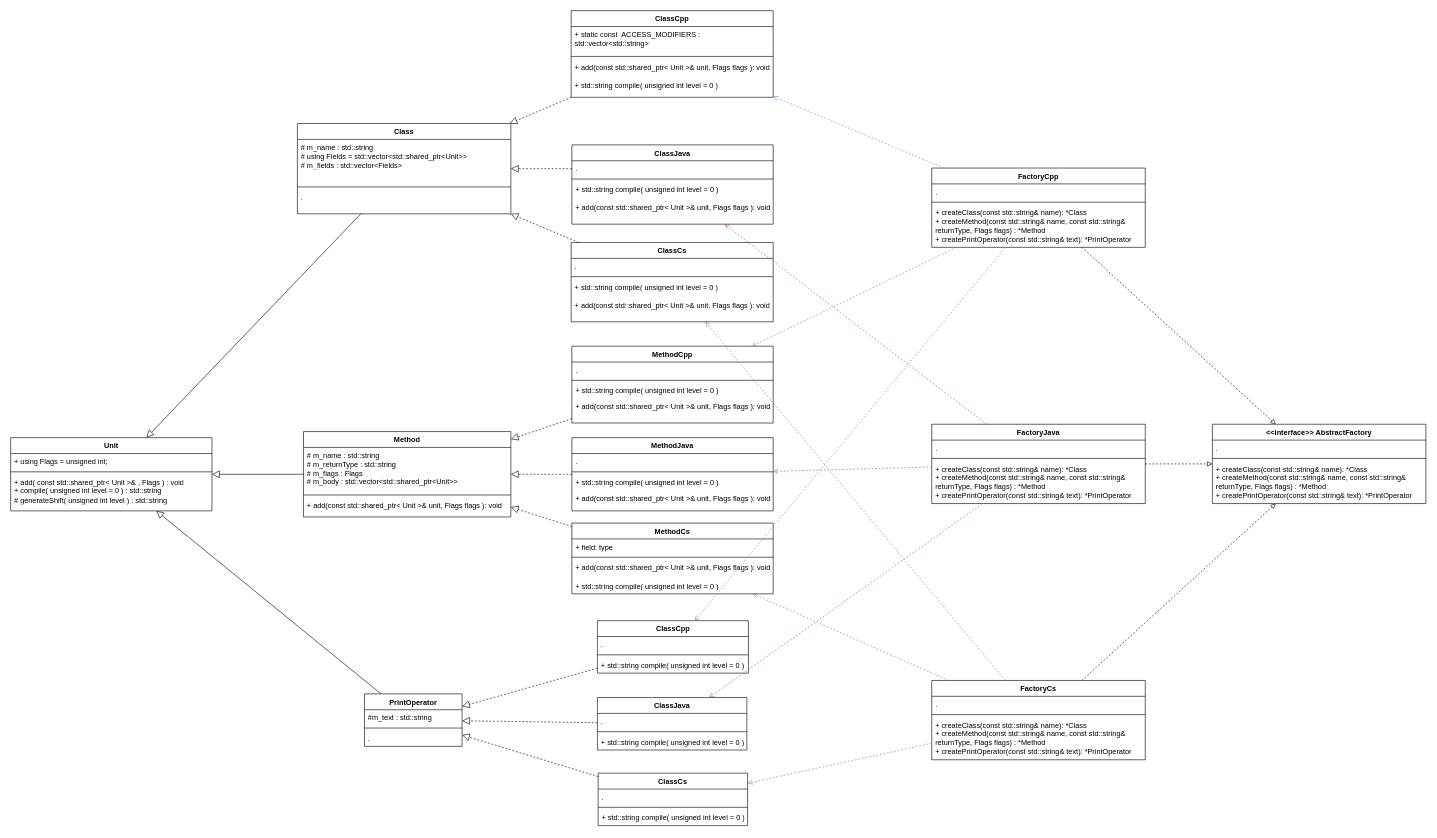
The draw.io diagram UML.drawio in lekksha/CodeGenerator, before the edit. Source tidied: cells renumbered, new cells numbered last; positions are measured from the earlier drawing's top-left corner, leaving out a move shared by most shapes. Both pictures are drawn from the tidied source at 61%, with x=0, y=0 at pixel (10, 10).
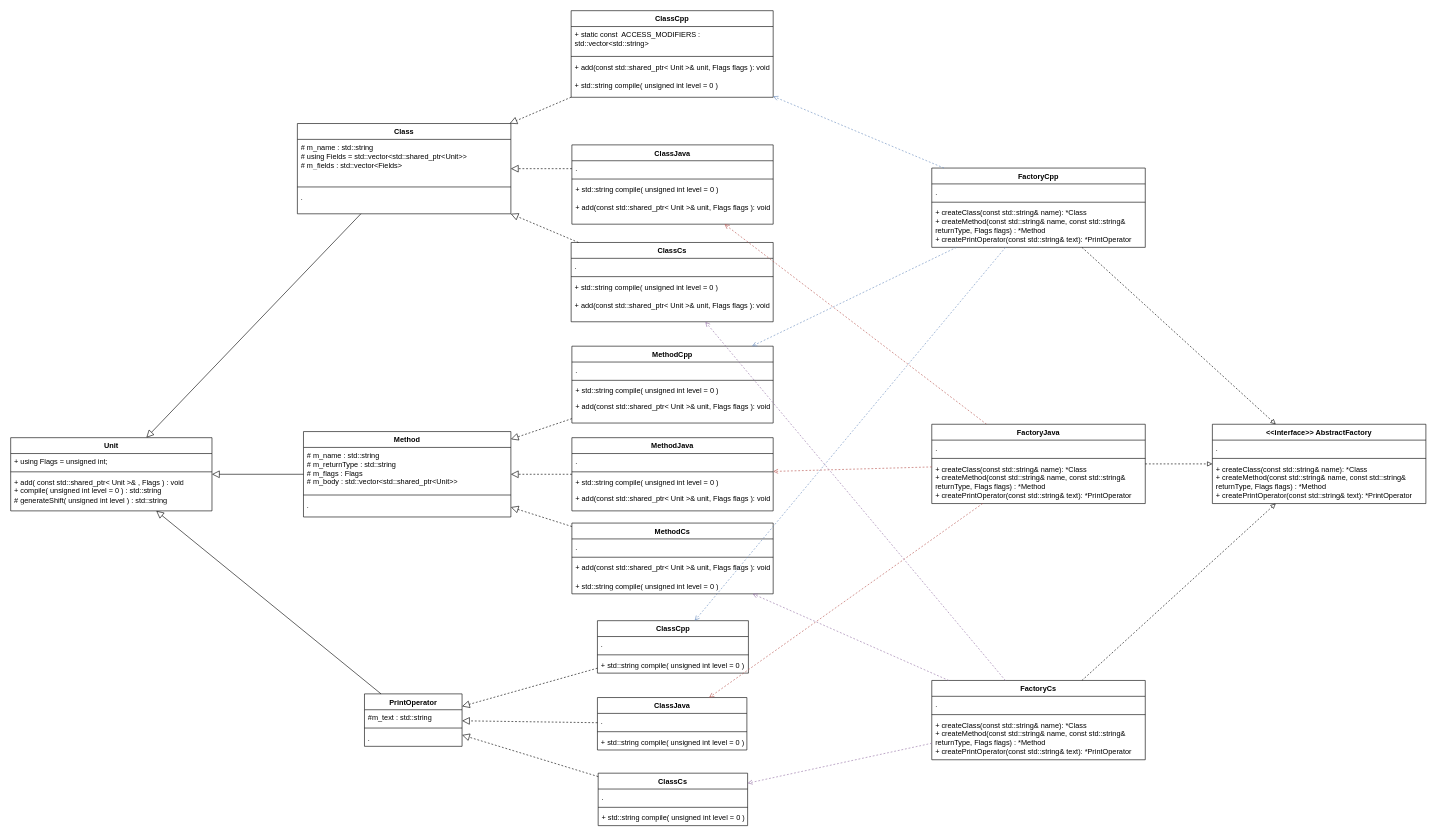
The same diagram, later.

Unchanged cells that the change refers to:
```xml
<mxCell id="24" value="Method" style="swimlane;fontStyle=1;align=center;verticalAlign=top;horizontal=1;startSize=26;whiteSpace=wrap;html=1;" parent="1" vertex="1">
  <mxGeometry x="480" y="690" width="340" height="140" as="geometry" />
</mxCell>
<mxCell id="33" value="MethodCs" style="swimlane;fontStyle=1;align=center;verticalAlign=top;horizontal=1;startSize=26;whiteSpace=wrap;html=1;" parent="1" vertex="1">
  <mxGeometry x="920" y="840" width="330" height="116" as="geometry" />
</mxCell>
```

The edit, as a diff of the source:
```diff
@@
-    <mxCell id="27" value="+ add(const std::shared_ptr&amp;lt; Unit &amp;gt;&amp;amp; unit, Flags flags&amp;nbsp;): void" style="text;strokeColor=none;fillColor=none;align=left;verticalAlign=top;spacingLeft=4;spacingRight=4;overflow=hidden;whiteSpace=wrap;html=1;" parent="24" vertex="1">
+    <mxCell id="27" value=".&lt;br&gt;" style="text;strokeColor=none;fillColor=none;align=left;verticalAlign=top;spacingLeft=4;spacingRight=4;overflow=hidden;whiteSpace=wrap;html=1;" parent="24" vertex="1">
       <mxGeometry y="108" width="340" height="32" as="geometry" />
     </mxCell>
@@
-    <mxCell id="34" value="+ field: type" style="text;strokeColor=none;fillColor=none;align=left;verticalAlign=top;spacingLeft=4;spacingRight=4;overflow=hidden;whiteSpace=wrap;html=1;" parent="33" vertex="1">
+    <mxCell id="34" value="." style="text;strokeColor=none;fillColor=none;align=left;verticalAlign=top;spacingLeft=4;spacingRight=4;overflow=hidden;whiteSpace=wrap;html=1;" parent="33" vertex="1">
       <mxGeometry y="26" width="330" height="26" as="geometry" />
     </mxCell>
```
